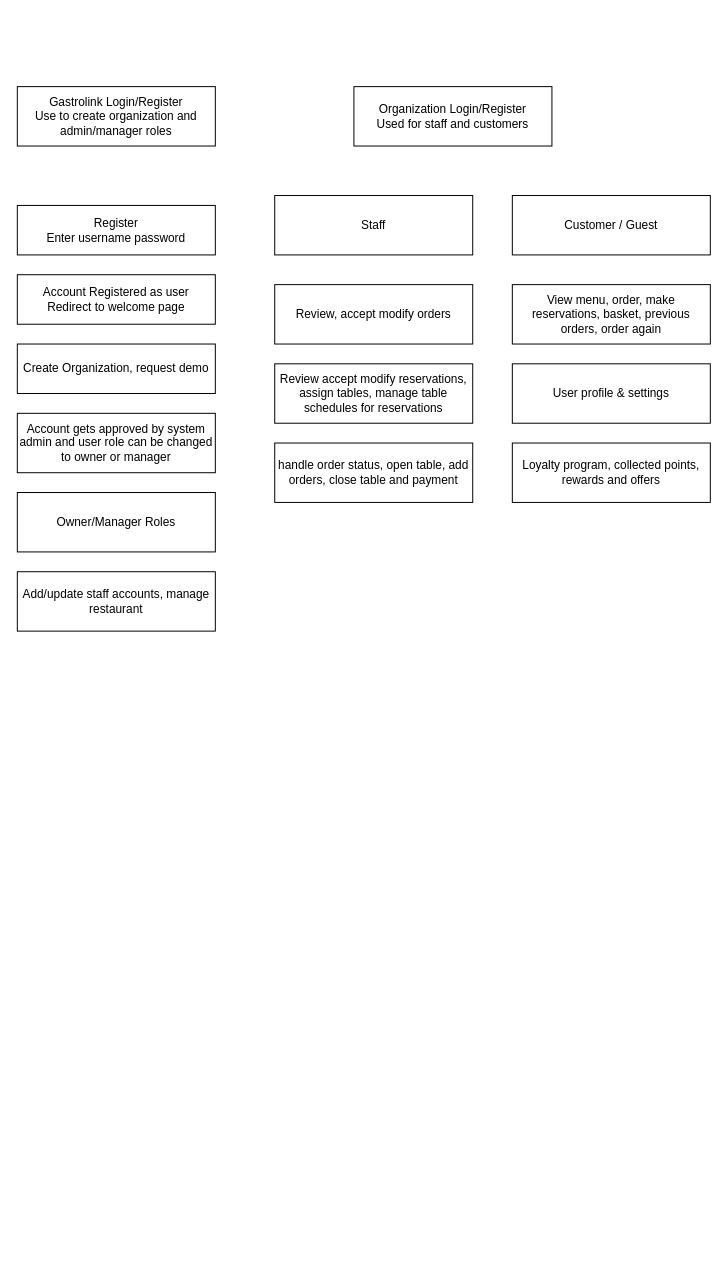
Before: authflow.drawio in MRabbani007/drawio, a draw.io diagram. Source tidied: cells renumbered, new cells numbered last; positions are measured from the earlier drawing's top-left corner, leaving out a move shared by most shapes. Both pictures are drawn from the tidied source at 99%, with x=0, y=0 at pixel (17, 86).
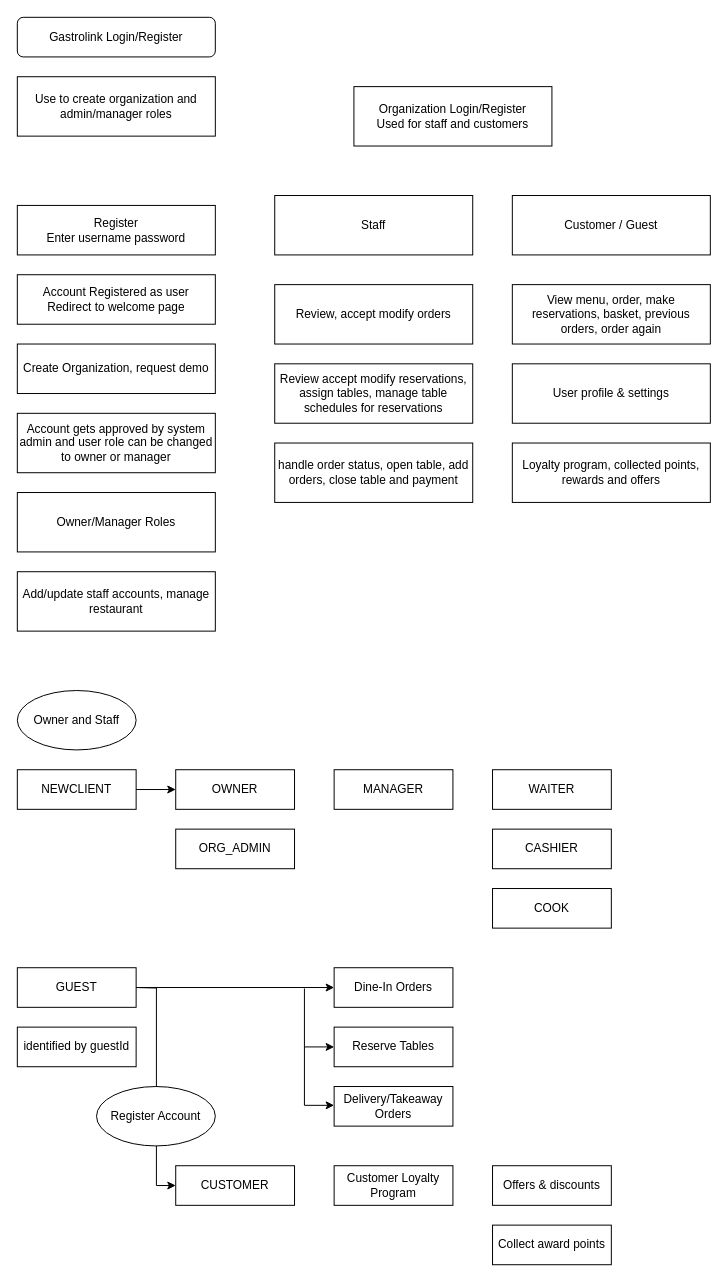
The same page after the edit.

Change to the diagram source:
```diff
@@
-    <mxCell id="8" value="&lt;div&gt;Gastrolink Login/Register&lt;/div&gt;&lt;div&gt;Use to create organization and admin/manager roles&lt;/div&gt;" style="rounded=0;whiteSpace=wrap;html=1;" parent="1" vertex="1">
-      <mxGeometry width="200" height="60" as="geometry" />
+    <mxCell id="8" value="&lt;div&gt;Use to create organization and admin/manager roles&lt;br&gt;&lt;/div&gt;" style="rounded=0;whiteSpace=wrap;html=1;" parent="1" vertex="1">
+      <mxGeometry y="-10" width="200" height="60" as="geometry" />
     </mxCell>
@@
+    <mxCell id="18" value="Gastrolink Login/Register" style="rounded=1;whiteSpace=wrap;html=1;" parent="1" vertex="1">
+      <mxGeometry y="-70" width="200" height="40" as="geometry" />
+    </mxCell>
+    <mxCell id="19" value="Owner and Staff" style="ellipse;whiteSpace=wrap;html=1;" parent="1" vertex="1">
+      <mxGeometry y="610" width="120" height="60" as="geometry" />
+    </mxCell>
+    <mxCell id="20" value="NEWCLIENT" style="rounded=0;whiteSpace=wrap;html=1;" parent="1" vertex="1">
+      <mxGeometry y="690" width="120" height="40" as="geometry" />
+    </mxCell>
+    <mxCell id="21" value="OWNER" style="rounded=0;whiteSpace=wrap;html=1;" parent="1" vertex="1">
+      <mxGeometry x="160" y="690" width="120" height="40" as="geometry" />
+    </mxCell>
+    <mxCell id="22" value="MANAGER" style="rounded=0;whiteSpace=wrap;html=1;" parent="1" vertex="1">
+      <mxGeometry x="320" y="690" width="120" height="40" as="geometry" />
+    </mxCell>
+    <mxCell id="23" value="ORG_ADMIN" style="rounded=0;whiteSpace=wrap;html=1;" parent="1" vertex="1">
+      <mxGeometry x="160" y="750" width="120" height="40" as="geometry" />
+    </mxCell>
+    <mxCell id="24" value="WAITER" style="rounded=0;whiteSpace=wrap;html=1;" parent="1" vertex="1">
+      <mxGeometry x="480" y="690" width="120" height="40" as="geometry" />
+    </mxCell>
+    <mxCell id="25" value="CASHIER" style="rounded=0;whiteSpace=wrap;html=1;" parent="1" vertex="1">
+      <mxGeometry x="480" y="750" width="120" height="40" as="geometry" />
+    </mxCell>
+    <mxCell id="26" value="COOK" style="rounded=0;whiteSpace=wrap;html=1;" parent="1" vertex="1">
+      <mxGeometry x="480" y="810" width="120" height="40" as="geometry" />
+    </mxCell>
+    <mxCell id="27" value="CUSTOMER" style="rounded=0;whiteSpace=wrap;html=1;" parent="1" vertex="1">
+      <mxGeometry x="160" y="1090" width="120" height="40" as="geometry" />
+    </mxCell>
+    <mxCell id="28" value="GUEST" style="rounded=0;whiteSpace=wrap;html=1;" parent="1" vertex="1">
+      <mxGeometry y="890" width="120" height="40" as="geometry" />
+    </mxCell>
+    <mxCell id="29" value="identified by guestId" style="rounded=0;whiteSpace=wrap;html=1;" parent="1" vertex="1">
+      <mxGeometry y="950" width="120" height="40" as="geometry" />
+    </mxCell>
+    <mxCell id="30" value="Dine-In Orders" style="rounded=0;whiteSpace=wrap;html=1;" parent="1" vertex="1">
+      <mxGeometry x="320" y="890" width="120" height="40" as="geometry" />
+    </mxCell>
+    <mxCell id="31" style="endArrow=classic;html=1;rounded=0;exitX=1;exitY=0.5;exitDx=0;exitDy=0;entryX=0;entryY=0.5;entryDx=0;entryDy=0;" parent="1" edge="1" source="20" target="21">
+      <mxGeometry relative="1" as="geometry" />
+    </mxCell>
+    <mxCell id="32" value="Reserve Tables" style="rounded=0;whiteSpace=wrap;html=1;" parent="1" vertex="1">
+      <mxGeometry x="320" y="950" width="120" height="40" as="geometry" />
+    </mxCell>
+    <mxCell id="33" value="Delivery/Takeaway Orders" style="rounded=0;whiteSpace=wrap;html=1;" parent="1" vertex="1">
+      <mxGeometry x="320" y="1010" width="120" height="40" as="geometry" />
+    </mxCell>
+    <mxCell id="34" value="Customer Loyalty Program" style="rounded=0;whiteSpace=wrap;html=1;" parent="1" vertex="1">
+      <mxGeometry x="320" y="1090" width="120" height="40" as="geometry" />
+    </mxCell>
+    <mxCell id="35" value="Offers &amp;amp; discounts" style="rounded=0;whiteSpace=wrap;html=1;" parent="1" vertex="1">
+      <mxGeometry x="480" y="1090" width="120" height="40" as="geometry" />
+    </mxCell>
+    <mxCell id="36" value="Collect award points" style="rounded=0;whiteSpace=wrap;html=1;" parent="1" vertex="1">
+      <mxGeometry x="480" y="1150" width="120" height="40" as="geometry" />
+    </mxCell>
+    <mxCell id="37" style="endArrow=classic;html=1;rounded=0;edgeStyle=orthogonalEdgeStyle;entryX=0;entryY=0.5;entryDx=0;entryDy=0;" parent="1" edge="1" target="27">
+      <mxGeometry relative="1" as="geometry">
+        <mxPoint x="120" y="910" as="sourcePoint" />
+      </mxGeometry>
+    </mxCell>
+    <mxCell id="38" style="endArrow=classic;html=1;rounded=0;exitX=1;exitY=0.5;exitDx=0;exitDy=0;edgeStyle=orthogonalEdgeStyle;entryX=0;entryY=0.5;entryDx=0;entryDy=0;" parent="1" edge="1" source="28" target="30">
+      <mxGeometry relative="1" as="geometry" />
+    </mxCell>
+    <mxCell id="39" style="endArrow=classic;html=1;rounded=0;edgeStyle=orthogonalEdgeStyle;entryX=0;entryY=0.5;entryDx=0;entryDy=0;" parent="1" edge="1" target="32">
+      <mxGeometry relative="1" as="geometry">
+        <mxPoint x="290" y="911" as="sourcePoint" />
+        <Array as="points">
+          <mxPoint x="290" y="911" />
+          <mxPoint x="290" y="970" />
+        </Array>
+      </mxGeometry>
+    </mxCell>
+    <mxCell id="40" style="endArrow=classic;html=1;rounded=0;edgeStyle=orthogonalEdgeStyle;entryX=0;entryY=0.5;entryDx=0;entryDy=0;" parent="1" edge="1">
+      <mxGeometry relative="1" as="geometry">
+        <mxPoint x="290" y="970" as="sourcePoint" />
+        <mxPoint x="320" y="1029" as="targetPoint" />
+        <Array as="points">
+          <mxPoint x="290" y="970" />
+          <mxPoint x="290" y="1029" />
+        </Array>
+      </mxGeometry>
+    </mxCell>
+    <mxCell id="41" value="Register Account" style="ellipse;whiteSpace=wrap;html=1;" parent="1" vertex="1">
+      <mxGeometry x="80" y="1010" width="120" height="60" as="geometry" />
+    </mxCell>
```
